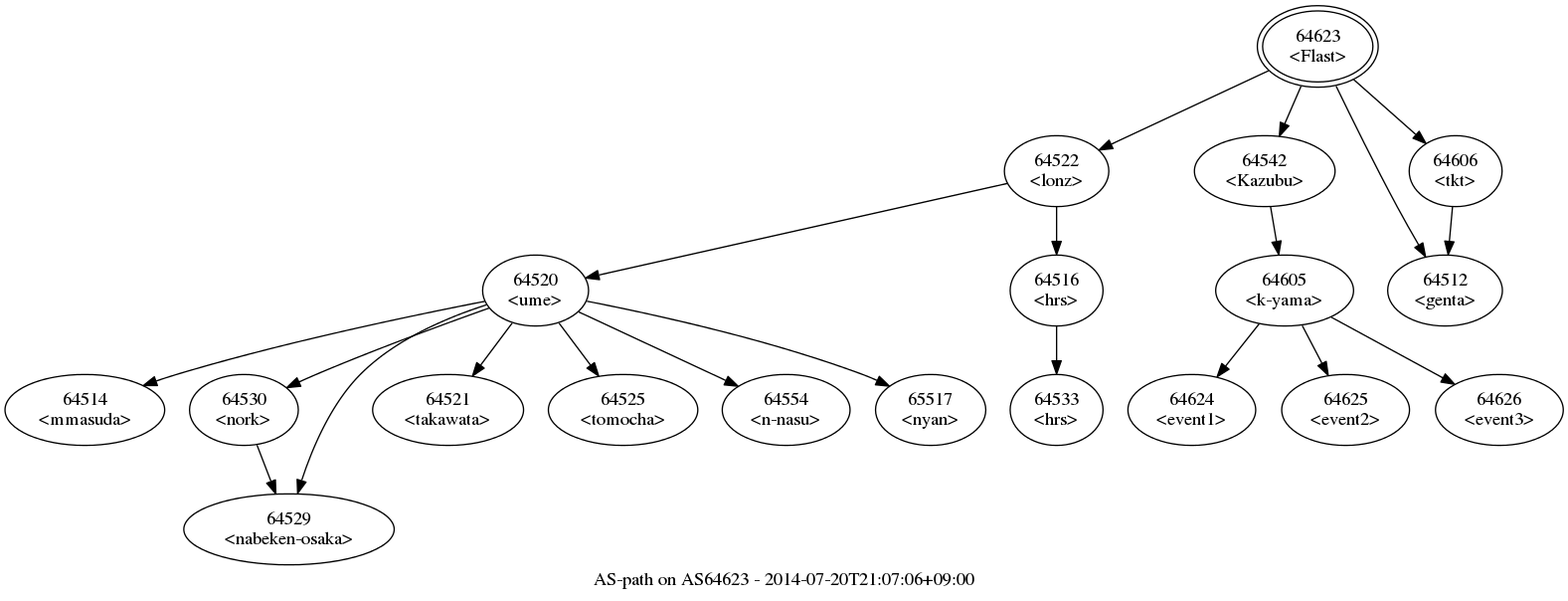
The Graphviz diagram aspath/as64623.png in Flast/flast.github.io, before a commit. Its source is kept beside it as aspath/as64623.gv.
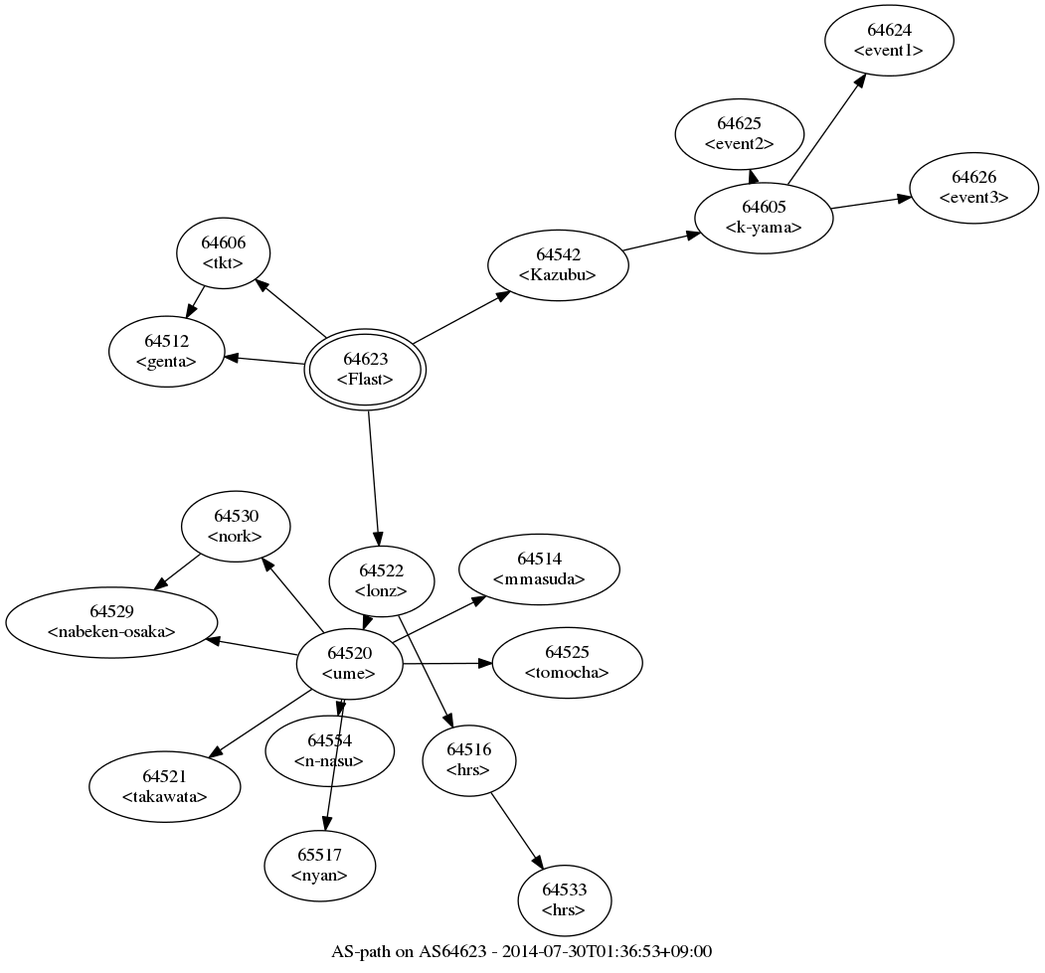
Above is the later version.

Commit message:
Change graph layout

Diff of the diagram source:
```diff
@@ -1,107 +1,108 @@
 digraph aspath {
-	graph [bb="0,0,1175,445",
+	graph [bb="0,0,780,726",
 		center="",
-		label="AS-path on AS64623 - 2014-07-20T21:07:06+09:00",
+		label="AS-path on AS64623 - 2014-07-30T01:36:53+09:00",
+		layout=fdp,
 		lheight=0.21,
-		lp="587.5,11.5",
+		lp="390,11.5",
 		lwidth=4.00
 	];
 	node [label="\N"];
 	64623	 [height=0.8575,
 		label="64623\n<Flast>",
 		peripheries=2,
-		pos="990,414",
-		width=1.26];
+		pos="271.5,451.05",
+		width=1.27];
 	64522	 [height=0.74639,
 		label="64522\n<lonz>",
-		pos="793,320",
-		width=1.0916];
-	64623 -> 64522	 [pos="e,825,335.95 952.95,395.7 919.22,379.95 869.5,356.73 834.47,340.37"];
+		pos="284.03,291.2",
+		width=1.0999];
+	64623 -> 64522	 [pos="e,281.93,318.07 273.94,419.85 276,393.59 278.95,355.97 281.13,328.19"];
 	64542	 [height=0.74639,
 		label="64542\n<Kazubu>",
-		pos="950,320",
-		width=1.4727];
-	64623 -> 64542	 [pos="e,961.01,346.33 977.45,384.14 973.54,375.15 969.19,365.13 965.12,355.78"];
+		pos="417.16,529.73",
+		width=1.4731];
+	64623 -> 64542	 [pos="e,380.81,510.09 307.5,470.5 326.95,481 351.15,494.08 371.87,505.26"];
 	64512	 [height=0.74639,
 		label="64512\n<genta>",
-		pos="1086,230",
-		width=1.2061];
-	64623 -> 64512	 [pos="e,1071.3,255.54 1003.8,384.13 1015.7,359.66 1033.4,323.75 1050,293 1055.1,283.63 1060.7,273.61 1066.1,264.41"];
+		pos="121.89,464.69",
+		width=1.2178];
+	64623 -> 64512	 [pos="e,165.26,460.74 225.8,455.22 209.86,456.67 191.83,458.32 175.32,459.82"];
 	64606	 [height=0.74639,
 		label="64606\n<tkt>",
-		pos="1094,320",
-		width=0.97716];
-	64623 -> 64606	 [pos="e,1071.6,340.78 1017.1,389.07 1031.4,376.4 1049,360.81 1063.8,347.74"];
+		pos="164.55,538.89",
+		width=0.98209];
+	64623 -> 64606	 [pos="e,188.68,519.07 242.27,475.05 228.08,486.71 210.99,500.74 196.46,512.68"];
 	64520	 [height=0.74639,
 		label="64520\n<ume>",
-		pos="400,230",
-		width=1.1153];
-	64522 -> 64520	 [pos="e,437.74,239.45 756.03,310.72 684.53,294.71 527.37,259.52 447.95,241.74"];
+		pos="259.87,228.89",
+		width=1.1196];
+	64522 -> 64520	 [pos="e,270.02,255.05 273.93,265.13 273.85,264.92 273.76,264.72 273.68,264.51"];
 	64516	 [height=0.74639,
 		label="64516\n<hrs>",
-		pos="793,230",
-		width=0.97716];
-	64522 -> 64516	 [pos="e,793,257.05 793,293.07 793,285 793,275.94 793,267.3"];
+		pos="350.02,155.87",
+		width=0.98209];
+	64522 -> 64516	 [pos="e,337.73,181.09 296.6,265.43 306.99,244.13 321.82,213.7 333.23,190.31"];
 	64514	 [height=0.74639,
 		label="64514\n<mmasuda>",
-		pos="60,140",
-		width=1.6779];
-	64520 -> 64514	 [pos="e,104.14,158.38 361.59,221.81 308.85,211.58 211.33,191.33 130,167 124.72,165.42 119.27,163.65 113.84,161.79"];
+		pos="402.9,300.25",
+		width=1.6892];
+	64520 -> 64514	 [pos="e,362.39,280.04 292.33,245.08 310.34,254.07 333.12,265.43 353.31,275.51"];
 	64530	 [height=0.74639,
 		label="64530\n<nork>",
-		pos="180,140",
-		width=1.1391];
-	64520 -> 64530	 [pos="e,212.37,156.84 364.91,216.76 331.28,204.81 279.24,185.73 235,167 230.61,165.14 226.06,163.13 221.54,161.08"];
+		pos="173.97,332.69",
+		width=1.1392];
+	64520 -> 64530	 [pos="e,193.68,308.87 240.38,252.44 228.49,266.81 213.15,285.35 200.2,300.99"];
 	64529	 [height=0.74639,
 		label="64529\n<nabeken-osaka>",
-		pos="214,50",
-		width=2.207];
-	64520 -> 64529	 [pos="e,220.5,77.082 363.17,219.28 334.17,210 294.36,193.45 268,167 245.95,144.87 231.83,112.05 223.58,86.964"];
+		pos="80.325,260.16",
+		width=2.2195];
+	64520 -> 64529	 [pos="e,151.46,247.77 220.47,235.75 203.08,238.78 181.97,242.45 161.46,246.03"];
 	64521	 [height=0.74639,
 		label="64521\n<takawata>",
-		pos="334,140",
-		width=1.5872];
-	64520 -> 64521	 [pos="e,352.43,165.57 382.31,205.42 375.02,195.7 366.45,184.27 358.56,173.75"];
+		pos="120.39,136.23",
+		width=1.591];
+	64520 -> 64521	 [pos="e,153.57,158.27 231.31,209.91 211.4,196.68 184.51,178.82 162.19,164"];
 	64525	 [height=0.74639,
 		label="64525\n<tomocha>",
-		pos="466,140",
-		width=1.5635];
-	64520 -> 64525	 [pos="e,447.57,165.57 417.69,205.42 424.98,195.7 433.55,184.27 441.44,173.75"];
+		pos="424.06,229.77",
+		width=1.5713];
+	64520 -> 64525	 [pos="e,367.22,229.46 300.46,229.1 317.52,229.2 337.84,229.31 357.01,229.41"];
 	64554	 [height=0.74639,
 		label="64554\n<n-nasu>",
-		pos="589,140",
-		width=1.3443];
-	64520 -> 64554	 [pos="e,552.74,157.88 432.49,213.87 463.07,199.63 509.17,178.17 543.42,162.22"];
+		pos="244.87,163.15",
+		width=1.3553];
+	64520 -> 64554	 [pos="e,251.01,190.08 253.77,202.15 253.6,201.4 253.43,200.65 253.25,199.9"];
 	65517	 [height=0.74639,
 		label="65517\n<nyan>",
-		pos="698,140",
-		width=1.1489];
-	64520 -> 65517	 [pos="e,666.86,157.93 438.71,221.95 487.84,212.39 574.77,193.43 646,167 649.78,165.6 653.64,164 657.47,162.3"];
-	64530 -> 64529	 [pos="e,204.07,76.701 189.83,113.55 193.12,105.05 196.84,95.418 200.36,86.307"];
+		pos="237.43,76.502",
+		width=1.1589];
+	64520 -> 65517	 [pos="e,241.39,103.38 255.91,201.99 252.29,177.37 246.89,140.71 242.86,113.36"];
+	64530 -> 64529	 [pos="e,112.29,284.92 147.38,312.1 138.94,305.56 129.4,298.17 120.23,291.06"];
 	64533	 [height=0.74639,
 		label="64533\n<hrs>",
-		pos="793,140",
-		width=0.97716];
-	64516 -> 64533	 [pos="e,793,167.05 793,203.07 793,195 793,185.94 793,177.3"];
+		pos="422.07,50.263",
+		width=0.98209];
+	64516 -> 64533	 [pos="e,405.78,74.133 366.37,131.91 376.32,117.32 389.16,98.509 400,82.616"];
 	64605	 [height=0.74639,
 		label="64605\n<k-yama>",
-		pos="965,230",
-		width=1.449];
-	64542 -> 64605	 [pos="e,960.56,257.05 954.42,293.07 955.81,284.91 957.37,275.74 958.86,267.01"];
+		pos="572.34,565.34",
+		width=1.4535];
+	64542 -> 64605	 [pos="e,524.37,554.33 465.83,540.9 481.29,544.45 498.53,548.4 514.57,552.08"];
 	64624	 [height=0.74639,
 		label="64624\n<event1>",
-		pos="895,140",
-		width=1.3443];
-	64605 -> 64624	 [pos="e,914.1,165.02 945.87,204.95 938,195.06 928.77,183.46 920.35,172.87"];
+		pos="666.94,699.45",
+		width=1.3553];
+	64605 -> 64624	 [pos="e,648.99,674.01 590.35,590.88 605.35,612.14 626.81,642.56 643.2,665.8"];
 	64625	 [height=0.74639,
 		label="64625\n<event2>",
-		pos="1011,140",
-		width=1.3443];
-	64605 -> 64625	 [pos="e,997.88,166.09 978.31,203.55 982.92,194.71 988.18,184.66 993.1,175.24"];
+		pos="553.98,628.62",
+		width=1.3553];
+	64605 -> 64625	 [pos="e,561.72,601.95 564.55,592.18 564.53,592.28 564.5,592.38 564.47,592.48"];
 	64626	 [height=0.74639,
 		label="64626\n<event3>",
-		pos="1127,140",
-		width=1.3443];
-	64605 -> 64626	 [pos="e,1093.3,159.3 1000.2,209.91 1024.9,196.48 1058.1,178.43 1084.3,164.17"];
-	64606 -> 64512	 [pos="e,1088.4,257.05 1091.6,293.07 1090.9,284.91 1090.1,275.74 1089.3,267.01"];
+		pos="730.88,588.09",
+		width=1.3553];
+	64605 -> 64626	 [pos="e,683.46,581.28 622.94,572.6 639,574.91 656.87,577.47 673.38,579.84"];
+	64606 -> 64512	 [pos="e,136.47,490.05 150.34,514.18 147.56,509.33 144.59,504.17 141.65,499.07"];
 }
```
